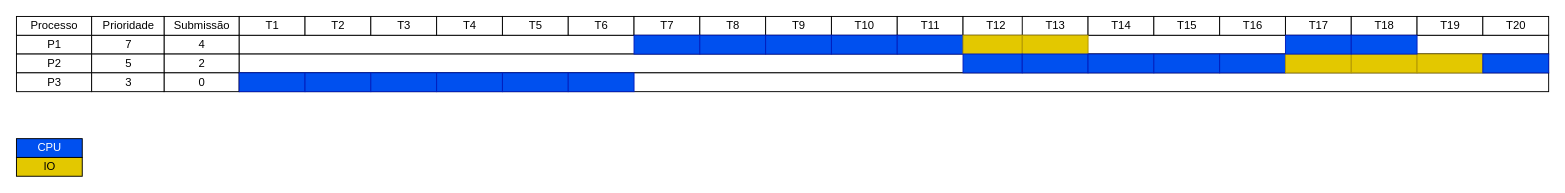
Victor-Briganti/SistemasOperacionais keeps this draw.io diagram as page "Prio-SPremp" (3 of 9) of Lab4/GrantChart.drawio. Above is the earlier version. Source tidied: cells renumbered, new cells numbered last; positions are measured from the earlier drawing's top-left corner, leaving out a move shared by most shapes. Both pictures are drawn from the tidied source at 94%, with x=0, y=0 at pixel (16, 16).
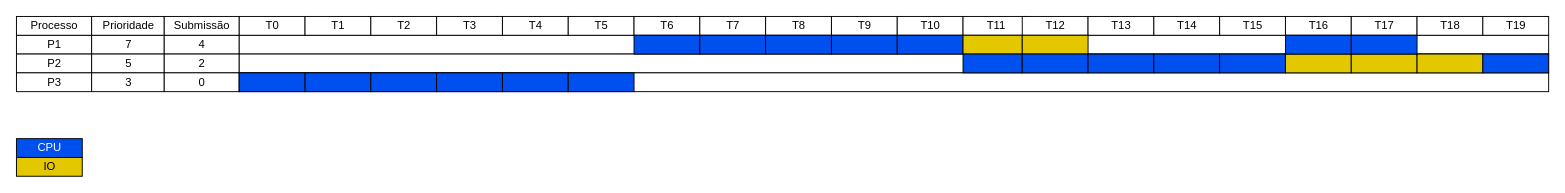
The same page after the edit.

What changed in the source:
```diff
@@
-    <mxCell id="5" value="Submissão" style="strokeWidth=1;fontStyle=0;html=1;" parent="1" vertex="1">
+    <mxCell id="5" value="Submissão" style="strokeWidth=1;fontStyle=0;html=1;strokeColor=#000000;" parent="1" vertex="1">
       <mxGeometry x="157" width="80" height="20" as="geometry" />
     </mxCell>
@@
-    <mxCell id="7" value="T1" style="strokeWidth=1;fontStyle=0;html=1;" parent="1" vertex="1">
+    <mxCell id="7" value="T0" style="strokeWidth=1;fontStyle=0;html=1;strokeColor=#000000;" parent="1" vertex="1">
       <mxGeometry x="237" width="70" height="20" as="geometry" />
     </mxCell>
-    <mxCell id="8" value="T2" style="strokeWidth=1;fontStyle=0;html=1;" parent="1" vertex="1">
+    <mxCell id="8" value="T1" style="strokeWidth=1;fontStyle=0;html=1;strokeColor=#000000;" parent="1" vertex="1">
       <mxGeometry x="307" width="70" height="20" as="geometry" />
     </mxCell>
-    <mxCell id="9" value="T3" style="strokeWidth=1;fontStyle=0;html=1;" parent="1" vertex="1">
+    <mxCell id="9" value="T2" style="strokeWidth=1;fontStyle=0;html=1;strokeColor=#000000;" parent="1" vertex="1">
       <mxGeometry x="377" width="70" height="20" as="geometry" />
     </mxCell>
-    <mxCell id="10" value="T4" style="strokeWidth=1;fontStyle=0;html=1;" parent="1" vertex="1">
+    <mxCell id="10" value="T3" style="strokeWidth=1;fontStyle=0;html=1;strokeColor=#000000;" parent="1" vertex="1">
       <mxGeometry x="447" width="70" height="20" as="geometry" />
     </mxCell>
-    <mxCell id="11" value="T5" style="strokeWidth=1;fontStyle=0;html=1;" parent="1" vertex="1">
+    <mxCell id="11" value="T4" style="strokeWidth=1;fontStyle=0;html=1;strokeColor=#000000;" parent="1" vertex="1">
       <mxGeometry x="517" width="70" height="20" as="geometry" />
     </mxCell>
-    <mxCell id="12" value="T6" style="strokeWidth=1;fontStyle=0;html=1;" parent="1" vertex="1">
+    <mxCell id="12" value="T5" style="strokeWidth=1;fontStyle=0;html=1;strokeColor=#000000;" parent="1" vertex="1">
       <mxGeometry x="587" width="70" height="20" as="geometry" />
     </mxCell>
-    <mxCell id="13" value="T7" style="strokeWidth=1;fontStyle=0;html=1;" parent="1" vertex="1">
+    <mxCell id="13" value="T6" style="strokeWidth=1;fontStyle=0;html=1;strokeColor=#000000;" parent="1" vertex="1">
       <mxGeometry x="657" width="70" height="20" as="geometry" />
     </mxCell>
-    <mxCell id="14" value="T8" style="strokeWidth=1;fontStyle=0;html=1;" parent="1" vertex="1">
+    <mxCell id="14" value="T7" style="strokeWidth=1;fontStyle=0;html=1;strokeColor=#000000;" parent="1" vertex="1">
       <mxGeometry x="727" width="70" height="20" as="geometry" />
     </mxCell>
-    <mxCell id="15" value="T9" style="strokeWidth=1;fontStyle=0;html=1;" parent="1" vertex="1">
+    <mxCell id="15" value="T8" style="strokeWidth=1;fontStyle=0;html=1;strokeColor=#000000;" parent="1" vertex="1">
       <mxGeometry x="797" width="70" height="20" as="geometry" />
     </mxCell>
-    <mxCell id="16" value="T10" style="strokeWidth=1;fontStyle=0;html=1;" parent="1" vertex="1">
+    <mxCell id="16" value="T9" style="strokeWidth=1;fontStyle=0;html=1;strokeColor=#000000;" parent="1" vertex="1">
       <mxGeometry x="867" width="70" height="20" as="geometry" />
     </mxCell>
-    <mxCell id="17" value="T11" style="strokeWidth=1;fontStyle=0;html=1;" parent="1" vertex="1">
+    <mxCell id="17" value="T10" style="strokeWidth=1;fontStyle=0;html=1;strokeColor=#000000;" parent="1" vertex="1">
       <mxGeometry x="937" width="70" height="20" as="geometry" />
     </mxCell>
-    <mxCell id="18" value="T12" style="strokeWidth=1;fontStyle=0;html=1;" parent="1" vertex="1">
+    <mxCell id="18" value="T11" style="strokeWidth=1;fontStyle=0;html=1;strokeColor=#000000;" parent="1" vertex="1">
       <mxGeometry x="1007" width="70" height="20" as="geometry" />
     </mxCell>
@@
-    <mxCell id="24" value="Processo" style="strokeWidth=1;fontStyle=0;html=1;" parent="1" vertex="1">
+    <mxCell id="24" value="Processo" style="strokeWidth=1;fontStyle=0;html=1;strokeColor=#000000;" parent="1" vertex="1">
       <mxGeometry width="80" height="20" as="geometry" />
     </mxCell>
@@
-    <mxCell id="28" value="Prioridade" style="strokeWidth=1;fontStyle=0;html=1;" parent="1" vertex="1">
+    <mxCell id="28" value="Prioridade" style="strokeWidth=1;fontStyle=0;html=1;strokeColor=#000000;" parent="1" vertex="1">
       <mxGeometry x="80" width="77" height="20" as="geometry" />
     </mxCell>
-    <mxCell id="29" value="T13" style="strokeWidth=1;fontStyle=0;html=1;" parent="1" vertex="1">
+    <mxCell id="29" value="T12" style="strokeWidth=1;fontStyle=0;html=1;strokeColor=#000000;" parent="1" vertex="1">
       <mxGeometry x="1070" width="70" height="20" as="geometry" />
     </mxCell>
-    <mxCell id="30" value="T14" style="strokeWidth=1;fontStyle=0;html=1;" parent="1" vertex="1">
+    <mxCell id="30" value="T13" style="strokeWidth=1;fontStyle=0;html=1;strokeColor=#000000;" parent="1" vertex="1">
       <mxGeometry x="1140" width="70" height="20" as="geometry" />
     </mxCell>
-    <mxCell id="31" value="T15" style="strokeWidth=1;fontStyle=0;html=1;" parent="1" vertex="1">
+    <mxCell id="31" value="T14" style="strokeWidth=1;fontStyle=0;html=1;strokeColor=#000000;" parent="1" vertex="1">
       <mxGeometry x="1210" width="70" height="20" as="geometry" />
     </mxCell>
-    <mxCell id="32" value="T16" style="strokeWidth=1;fontStyle=0;html=1;" parent="1" vertex="1">
+    <mxCell id="32" value="T15" style="strokeWidth=1;fontStyle=0;html=1;strokeColor=#000000;" parent="1" vertex="1">
       <mxGeometry x="1280" width="70" height="20" as="geometry" />
     </mxCell>
-    <mxCell id="33" value="T17" style="strokeWidth=1;fontStyle=0;html=1;" parent="1" vertex="1">
+    <mxCell id="33" value="T16" style="strokeWidth=1;fontStyle=0;html=1;strokeColor=#000000;" parent="1" vertex="1">
       <mxGeometry x="1350" width="70" height="20" as="geometry" />
     </mxCell>
-    <mxCell id="34" value="T18" style="strokeWidth=1;fontStyle=0;html=1;" parent="1" vertex="1">
+    <mxCell id="34" value="T17" style="strokeWidth=1;fontStyle=0;html=1;strokeColor=#000000;" parent="1" vertex="1">
       <mxGeometry x="1420" width="70" height="20" as="geometry" />
     </mxCell>
-    <mxCell id="35" value="T19" style="strokeWidth=1;fontStyle=0;html=1;" parent="1" vertex="1">
+    <mxCell id="35" value="T18" style="strokeWidth=1;fontStyle=0;html=1;strokeColor=#000000;" parent="1" vertex="1">
       <mxGeometry x="1490" width="70" height="20" as="geometry" />
     </mxCell>
-    <mxCell id="36" value="T20" style="strokeWidth=1;fontStyle=0;html=1;" parent="1" vertex="1">
+    <mxCell id="36" value="T19" style="strokeWidth=1;fontStyle=0;html=1;strokeColor=#000000;" parent="1" vertex="1">
       <mxGeometry x="1560" width="70" height="20" as="geometry" />
     </mxCell>
@@
-    <mxCell id="39" style="strokeWidth=1;fontStyle=0;html=1;fillColor=#0050ef;fontColor=#ffffff;strokeColor=#001DBC;" parent="1" vertex="1">
+    <mxCell id="39" style="strokeWidth=1;fontStyle=0;html=1;fillColor=#0050ef;fontColor=#ffffff;strokeColor=#000000;" parent="1" vertex="1">
       <mxGeometry x="237" y="60" width="70" height="20" as="geometry" />
     </mxCell>
-    <mxCell id="40" style="strokeWidth=1;fontStyle=0;html=1;fillColor=#0050ef;fontColor=#ffffff;strokeColor=#001DBC;" parent="1" vertex="1">
+    <mxCell id="40" style="strokeWidth=1;fontStyle=0;html=1;fillColor=#0050ef;fontColor=#ffffff;strokeColor=#000000;" parent="1" vertex="1">
       <mxGeometry x="307" y="60" width="70" height="20" as="geometry" />
     </mxCell>
-    <mxCell id="41" style="strokeWidth=1;fontStyle=0;html=1;fillColor=#0050ef;fontColor=#ffffff;strokeColor=#001DBC;" parent="1" vertex="1">
+    <mxCell id="41" style="strokeWidth=1;fontStyle=0;html=1;fillColor=#0050ef;fontColor=#ffffff;strokeColor=#000000;" parent="1" vertex="1">
       <mxGeometry x="377" y="60" width="70" height="20" as="geometry" />
     </mxCell>
-    <mxCell id="42" style="strokeWidth=1;fontStyle=0;html=1;fillColor=#0050ef;fontColor=#ffffff;strokeColor=#001DBC;" parent="1" vertex="1">
+    <mxCell id="42" style="strokeWidth=1;fontStyle=0;html=1;fillColor=#0050ef;fontColor=#ffffff;strokeColor=#000000;" parent="1" vertex="1">
       <mxGeometry x="447" y="60" width="70" height="20" as="geometry" />
     </mxCell>
-    <mxCell id="43" style="strokeWidth=1;fontStyle=0;html=1;fillColor=#0050ef;fontColor=#ffffff;strokeColor=#001DBC;" parent="1" vertex="1">
+    <mxCell id="43" style="strokeWidth=1;fontStyle=0;html=1;fillColor=#0050ef;fontColor=#ffffff;strokeColor=#000000;" parent="1" vertex="1">
       <mxGeometry x="517" y="60" width="70" height="20" as="geometry" />
     </mxCell>
-    <mxCell id="44" style="strokeWidth=1;fontStyle=0;html=1;fillColor=#0050ef;fontColor=#ffffff;strokeColor=#001DBC;" parent="1" vertex="1">
+    <mxCell id="44" style="strokeWidth=1;fontStyle=0;html=1;fillColor=#0050ef;fontColor=#ffffff;strokeColor=#000000;" parent="1" vertex="1">
       <mxGeometry x="587" y="60" width="70" height="20" as="geometry" />
     </mxCell>
-    <mxCell id="45" style="strokeWidth=1;fontStyle=0;html=1;fillColor=#0050ef;fontColor=#ffffff;strokeColor=#001DBC;" parent="1" vertex="1">
+    <mxCell id="45" style="strokeWidth=1;fontStyle=0;html=1;fillColor=#0050ef;fontColor=#ffffff;strokeColor=#000000;" parent="1" vertex="1">
       <mxGeometry x="657" y="20" width="70" height="20" as="geometry" />
     </mxCell>
-    <mxCell id="46" style="strokeWidth=1;fontStyle=0;html=1;fillColor=#0050ef;fontColor=#ffffff;strokeColor=#001DBC;" parent="1" vertex="1">
+    <mxCell id="46" style="strokeWidth=1;fontStyle=0;html=1;fillColor=#0050ef;fontColor=#ffffff;strokeColor=#000000;" parent="1" vertex="1">
       <mxGeometry x="727" y="20" width="70" height="20" as="geometry" />
     </mxCell>
-    <mxCell id="47" style="strokeWidth=1;fontStyle=0;html=1;fillColor=#0050ef;fontColor=#ffffff;strokeColor=#001DBC;" parent="1" vertex="1">
+    <mxCell id="47" style="strokeWidth=1;fontStyle=0;html=1;fillColor=#0050ef;fontColor=#ffffff;strokeColor=#000000;" parent="1" vertex="1">
       <mxGeometry x="797" y="20" width="70" height="20" as="geometry" />
     </mxCell>
-    <mxCell id="48" style="strokeWidth=1;fontStyle=0;html=1;fillColor=#0050ef;fontColor=#ffffff;strokeColor=#001DBC;" parent="1" vertex="1">
+    <mxCell id="48" style="strokeWidth=1;fontStyle=0;html=1;fillColor=#0050ef;fontColor=#ffffff;strokeColor=#000000;" parent="1" vertex="1">
       <mxGeometry x="867" y="20" width="70" height="20" as="geometry" />
     </mxCell>
-    <mxCell id="49" style="strokeWidth=1;fontStyle=0;html=1;fillColor=#0050ef;fontColor=#ffffff;strokeColor=#001DBC;" parent="1" vertex="1">
+    <mxCell id="49" style="strokeWidth=1;fontStyle=0;html=1;fillColor=#0050ef;fontColor=#ffffff;strokeColor=#000000;" parent="1" vertex="1">
       <mxGeometry x="937" y="20" width="70" height="20" as="geometry" />
     </mxCell>
-    <mxCell id="50" style="strokeWidth=1;fontStyle=0;html=1;fillColor=#e3c800;fontColor=#000000;strokeColor=#B09500;" parent="1" vertex="1">
+    <mxCell id="50" style="strokeWidth=1;fontStyle=0;html=1;fillColor=#e3c800;fontColor=#000000;strokeColor=#000000;" parent="1" vertex="1">
       <mxGeometry x="1007" y="20" width="63" height="20" as="geometry" />
     </mxCell>
-    <mxCell id="51" style="strokeWidth=1;fontStyle=0;html=1;fillColor=#e3c800;fontColor=#000000;strokeColor=#B09500;" parent="1" vertex="1">
+    <mxCell id="51" style="strokeWidth=1;fontStyle=0;html=1;fillColor=#e3c800;fontColor=#000000;strokeColor=#000000;" parent="1" vertex="1">
       <mxGeometry x="1070" y="20" width="70" height="20" as="geometry" />
     </mxCell>
-    <mxCell id="52" style="strokeWidth=1;fontStyle=0;html=1;fillColor=#0050ef;fontColor=#ffffff;strokeColor=#001DBC;" parent="1" vertex="1">
+    <mxCell id="52" style="strokeWidth=1;fontStyle=0;html=1;fillColor=#0050ef;fontColor=#ffffff;strokeColor=#000000;" parent="1" vertex="1">
       <mxGeometry x="1007" y="40" width="63" height="20" as="geometry" />
     </mxCell>
-    <mxCell id="53" style="strokeWidth=1;fontStyle=0;html=1;fillColor=#0050ef;fontColor=#ffffff;strokeColor=#001DBC;" parent="1" vertex="1">
+    <mxCell id="53" style="strokeWidth=1;fontStyle=0;html=1;fillColor=#0050ef;fontColor=#ffffff;strokeColor=#000000;" parent="1" vertex="1">
       <mxGeometry x="1070" y="40" width="70" height="20" as="geometry" />
     </mxCell>
-    <mxCell id="54" style="strokeWidth=1;fontStyle=0;html=1;fillColor=#0050ef;fontColor=#ffffff;strokeColor=#001DBC;" parent="1" vertex="1">
+    <mxCell id="54" style="strokeWidth=1;fontStyle=0;html=1;fillColor=#0050ef;fontColor=#ffffff;strokeColor=#000000;" parent="1" vertex="1">
       <mxGeometry x="1140" y="40" width="70" height="20" as="geometry" />
     </mxCell>
-    <mxCell id="55" style="strokeWidth=1;fontStyle=0;html=1;fillColor=#0050ef;fontColor=#ffffff;strokeColor=#001DBC;" parent="1" vertex="1">
+    <mxCell id="55" style="strokeWidth=1;fontStyle=0;html=1;fillColor=#0050ef;fontColor=#ffffff;strokeColor=#000000;" parent="1" vertex="1">
       <mxGeometry x="1210" y="40" width="70" height="20" as="geometry" />
     </mxCell>
-    <mxCell id="56" style="strokeWidth=1;fontStyle=0;html=1;fillColor=#0050ef;fontColor=#ffffff;strokeColor=#001DBC;" parent="1" vertex="1">
+    <mxCell id="56" style="strokeWidth=1;fontStyle=0;html=1;fillColor=#0050ef;fontColor=#ffffff;strokeColor=#000000;" parent="1" vertex="1">
       <mxGeometry x="1280" y="40" width="70" height="20" as="geometry" />
     </mxCell>
-    <mxCell id="57" style="strokeWidth=1;fontStyle=0;html=1;fillColor=#e3c800;fontColor=#000000;strokeColor=#B09500;" parent="1" vertex="1">
+    <mxCell id="57" style="strokeWidth=1;fontStyle=0;html=1;fillColor=#e3c800;fontColor=#000000;strokeColor=#000000;" parent="1" vertex="1">
       <mxGeometry x="1350" y="40" width="70" height="20" as="geometry" />
     </mxCell>
-    <mxCell id="58" style="strokeWidth=1;fontStyle=0;html=1;fillColor=#e3c800;fontColor=#000000;strokeColor=#B09500;" parent="1" vertex="1">
+    <mxCell id="58" style="strokeWidth=1;fontStyle=0;html=1;fillColor=#e3c800;fontColor=#000000;strokeColor=#000000;" parent="1" vertex="1">
       <mxGeometry x="1420" y="40" width="70" height="20" as="geometry" />
     </mxCell>
-    <mxCell id="59" style="strokeWidth=1;fontStyle=0;html=1;fillColor=#e3c800;fontColor=#000000;strokeColor=#B09500;" parent="1" vertex="1">
+    <mxCell id="59" style="strokeWidth=1;fontStyle=0;html=1;fillColor=#e3c800;fontColor=#000000;strokeColor=#000000;" parent="1" vertex="1">
       <mxGeometry x="1490" y="40" width="70" height="20" as="geometry" />
     </mxCell>
-    <mxCell id="60" style="strokeWidth=1;fontStyle=0;html=1;fillColor=#0050ef;fontColor=#ffffff;strokeColor=#001DBC;" parent="1" vertex="1">
+    <mxCell id="60" style="strokeWidth=1;fontStyle=0;html=1;fillColor=#0050ef;fontColor=#ffffff;strokeColor=#000000;" parent="1" vertex="1">
       <mxGeometry x="1350" y="20" width="70" height="20" as="geometry" />
     </mxCell>
-    <mxCell id="61" style="strokeWidth=1;fontStyle=0;html=1;fillColor=#0050ef;fontColor=#ffffff;strokeColor=#001DBC;" parent="1" vertex="1">
+    <mxCell id="61" style="strokeWidth=1;fontStyle=0;html=1;fillColor=#0050ef;fontColor=#ffffff;strokeColor=#000000;" parent="1" vertex="1">
       <mxGeometry x="1420" y="20" width="70" height="20" as="geometry" />
     </mxCell>
-    <mxCell id="62" style="strokeWidth=1;fontStyle=0;html=1;fillColor=#0050ef;fontColor=#ffffff;strokeColor=#001DBC;" parent="1" vertex="1">
+    <mxCell id="62" style="strokeWidth=1;fontStyle=0;html=1;fillColor=#0050ef;fontColor=#ffffff;strokeColor=#000000;" parent="1" vertex="1">
       <mxGeometry x="1560" y="40" width="70" height="20" as="geometry" />
     </mxCell>
```
